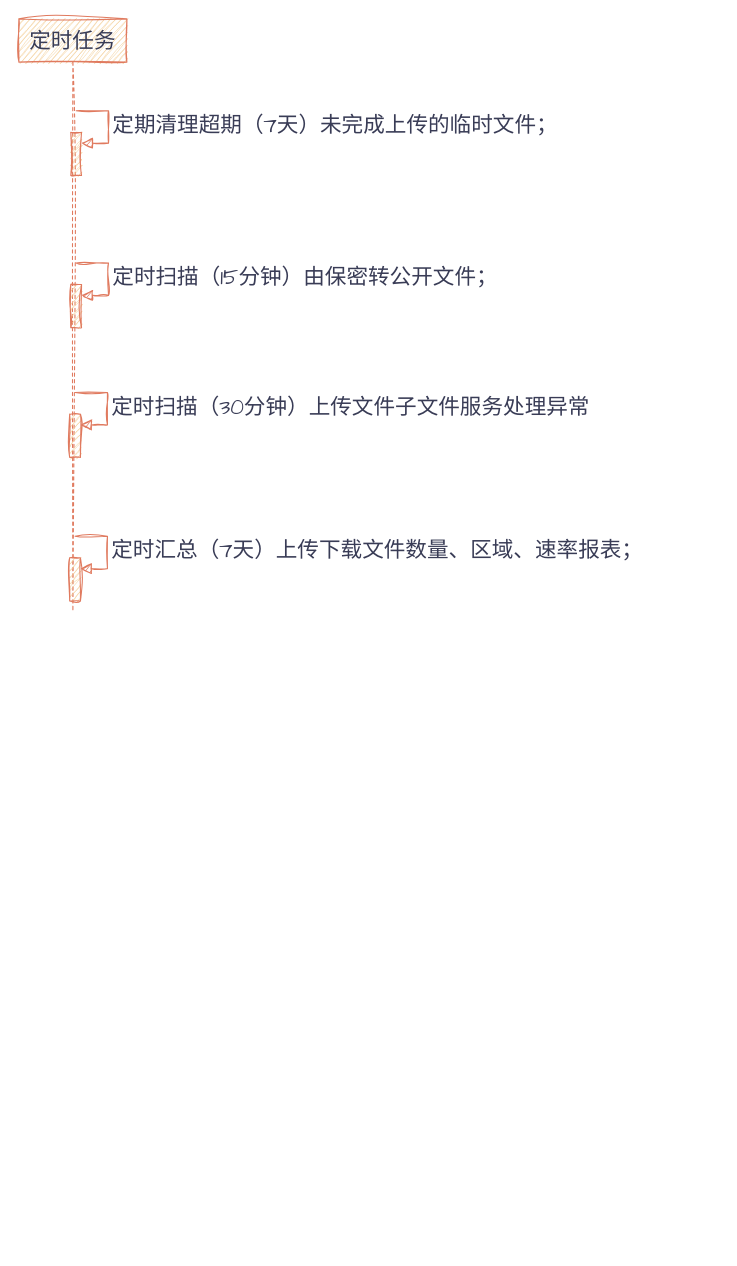
This is page "定时任务" (3 of 5) of 系统设计/250506_upload_download.drawio from Utihbi/pics, a draw.io file, before an edit. Source tidied: cells renumbered, new cells numbered last; positions are measured from the earlier drawing's top-left corner, leaving out a move shared by most shapes. Both pictures are drawn from the tidied source at 108%, with x=0, y=0 at pixel (18, 18).
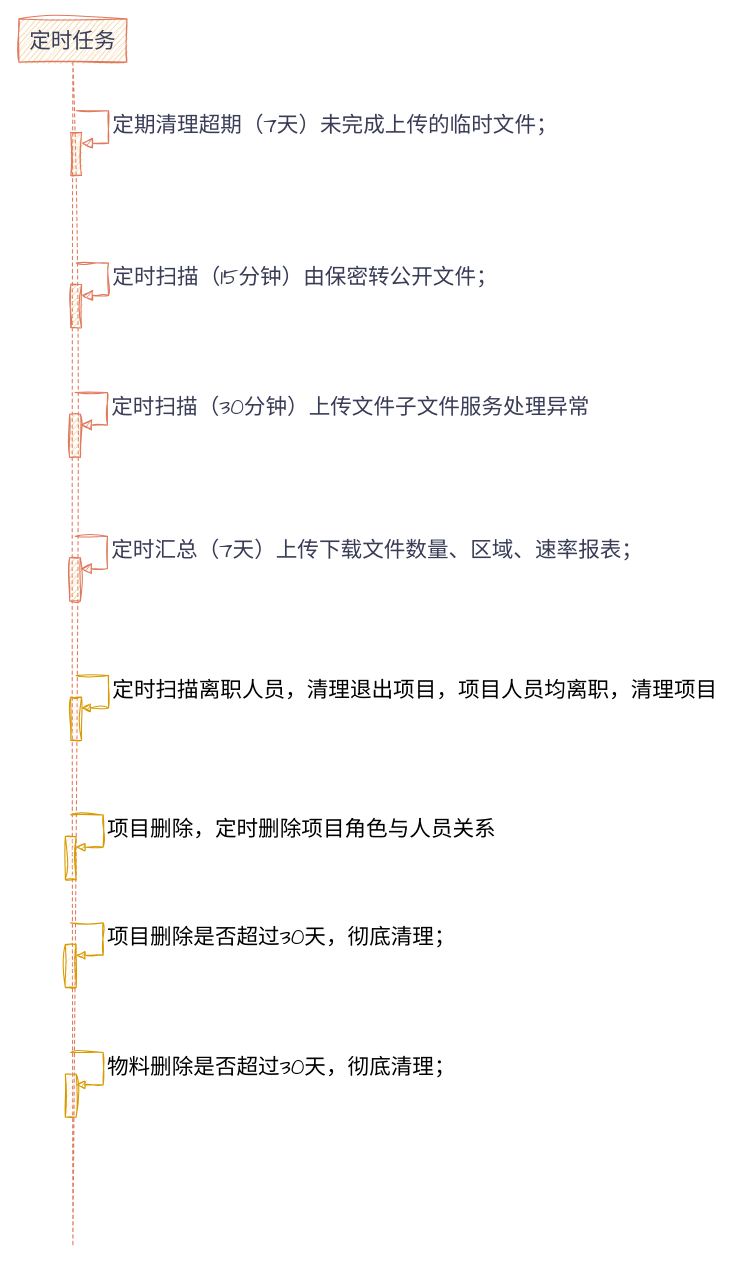
The same diagram, later.

Change to the diagram source:
```diff
@@
     <mxCell id="2" value="定时任务" style="shape=umlLifeline;perimeter=lifelinePerimeter;whiteSpace=wrap;html=1;newEdgeStyle={&quot;curved&quot;:0,&quot;rounded&quot;:0};sketch=1;hachureGap=4;jiggle=2;curveFitting=1;strokeColor=#E07A5F;fontFamily=Architects Daughter;fontColor=#393C56;fillColor=#F2CC8F;fontSize=20;" parent="1" vertex="1">
-      <mxGeometry width="100" height="549" as="geometry" />
+      <mxGeometry width="100" height="1137" as="geometry" />
     </mxCell>
@@
+    <mxCell id="11" style="html=1;points=[[0,0,0,0,5],[0,1,0,0,-5],[1,0,0,0,5],[1,1,0,0,-5]];perimeter=orthogonalPerimeter;outlineConnect=0;targetShapes=umlLifeline;portConstraint=eastwest;newEdgeStyle={&quot;curved&quot;:0,&quot;rounded&quot;:0};sketch=1;hachureGap=4;jiggle=2;curveFitting=1;fontFamily=Architects Daughter;fillColor=#ffe6cc;strokeColor=#d79b00;" parent="2" vertex="1">
+      <mxGeometry x="48" y="628" width="10" height="40" as="geometry" />
+    </mxCell>
+    <mxCell id="12" value="定时扫描离职人员，清理退出项目，项目人员均离职，清理项目" style="html=1;align=left;spacingLeft=2;endArrow=block;rounded=0;edgeStyle=orthogonalEdgeStyle;curved=0;rounded=0;sketch=1;hachureGap=4;jiggle=2;curveFitting=1;fontFamily=Architects Daughter;fillColor=#ffe6cc;strokeColor=#d79b00;fontSize=20;" parent="2" edge="1" target="11">
+      <mxGeometry relative="1" as="geometry">
+        <mxPoint x="53" y="608" as="sourcePoint" />
+        <Array as="points">
+          <mxPoint x="83" y="638" />
+        </Array>
+      </mxGeometry>
+    </mxCell>
+    <mxCell id="13" style="html=1;points=[[0,0,0,0,5],[0,1,0,0,-5],[1,0,0,0,5],[1,1,0,0,-5]];perimeter=orthogonalPerimeter;outlineConnect=0;targetShapes=umlLifeline;portConstraint=eastwest;newEdgeStyle={&quot;curved&quot;:0,&quot;rounded&quot;:0};sketch=1;hachureGap=4;jiggle=2;curveFitting=1;fontFamily=Architects Daughter;fillColor=#ffe6cc;strokeColor=#d79b00;fontSize=20;" parent="2" vertex="1">
+      <mxGeometry x="43" y="757" width="10" height="40" as="geometry" />
+    </mxCell>
+    <mxCell id="14" value="项目删除，定时删除项目角色与人员关系" style="html=1;align=left;spacingLeft=2;endArrow=block;rounded=0;edgeStyle=orthogonalEdgeStyle;curved=0;rounded=0;sketch=1;hachureGap=4;jiggle=2;curveFitting=1;fontFamily=Architects Daughter;fillColor=#ffe6cc;strokeColor=#d79b00;fontSize=20;" parent="2" edge="1" target="13">
+      <mxGeometry relative="1" as="geometry">
+        <mxPoint x="48" y="737" as="sourcePoint" />
+        <Array as="points">
+          <mxPoint x="78" y="767" />
+        </Array>
+      </mxGeometry>
+    </mxCell>
+    <mxCell id="15" style="html=1;points=[[0,0,0,0,5],[0,1,0,0,-5],[1,0,0,0,5],[1,1,0,0,-5]];perimeter=orthogonalPerimeter;outlineConnect=0;targetShapes=umlLifeline;portConstraint=eastwest;newEdgeStyle={&quot;curved&quot;:0,&quot;rounded&quot;:0};sketch=1;hachureGap=4;jiggle=2;curveFitting=1;fontFamily=Architects Daughter;fillColor=#ffe6cc;strokeColor=#d79b00;fontSize=20;" parent="2" vertex="1">
+      <mxGeometry x="43" y="857" width="10" height="40" as="geometry" />
+    </mxCell>
+    <mxCell id="16" value="项目删除是否超过30天，彻底清理；" style="html=1;align=left;spacingLeft=2;endArrow=block;rounded=0;edgeStyle=orthogonalEdgeStyle;curved=0;rounded=0;sketch=1;hachureGap=4;jiggle=2;curveFitting=1;fontFamily=Architects Daughter;fillColor=#ffe6cc;strokeColor=#d79b00;fontSize=20;" parent="2" edge="1" target="15">
+      <mxGeometry relative="1" as="geometry">
+        <mxPoint x="48" y="837" as="sourcePoint" />
+        <Array as="points">
+          <mxPoint x="78" y="867" />
+        </Array>
+      </mxGeometry>
+    </mxCell>
+    <mxCell id="17" style="html=1;points=[[0,0,0,0,5],[0,1,0,0,-5],[1,0,0,0,5],[1,1,0,0,-5]];perimeter=orthogonalPerimeter;outlineConnect=0;targetShapes=umlLifeline;portConstraint=eastwest;newEdgeStyle={&quot;curved&quot;:0,&quot;rounded&quot;:0};sketch=1;hachureGap=4;jiggle=2;curveFitting=1;fontFamily=Architects Daughter;fillColor=#ffe6cc;strokeColor=#d79b00;fontSize=20;" parent="2" vertex="1">
+      <mxGeometry x="43" y="977" width="10" height="40" as="geometry" />
+    </mxCell>
+    <mxCell id="18" value="物料删除是否超过30天，彻底清理；" style="html=1;align=left;spacingLeft=2;endArrow=block;rounded=0;edgeStyle=orthogonalEdgeStyle;curved=0;rounded=0;sketch=1;hachureGap=4;jiggle=2;curveFitting=1;fontFamily=Architects Daughter;fillColor=#ffe6cc;strokeColor=#d79b00;fontSize=20;" parent="2" edge="1" target="17">
+      <mxGeometry x="0.01" relative="1" as="geometry">
+        <mxPoint x="48" y="957" as="sourcePoint" />
+        <Array as="points">
+          <mxPoint x="78" y="987" />
+        </Array>
+      </mxGeometry>
+    </mxCell>
```
